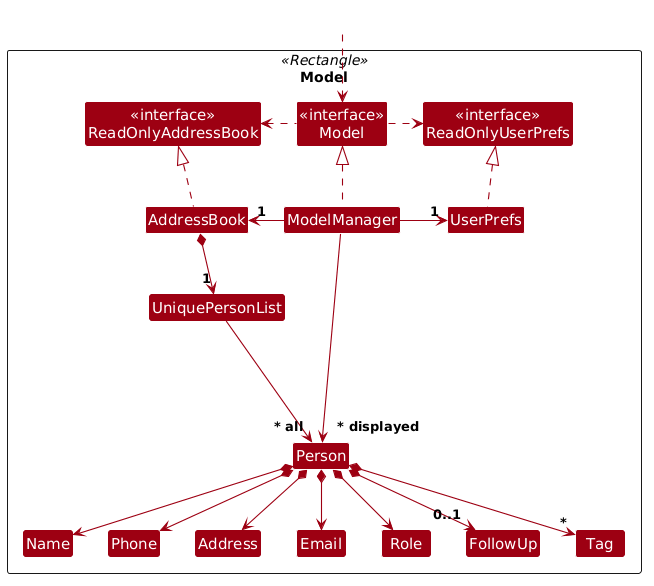
Earlier version of the PlantUML export docs/images/ModelClassDiagram.png (AY2627S1-CS2103T-F11-1/tp).
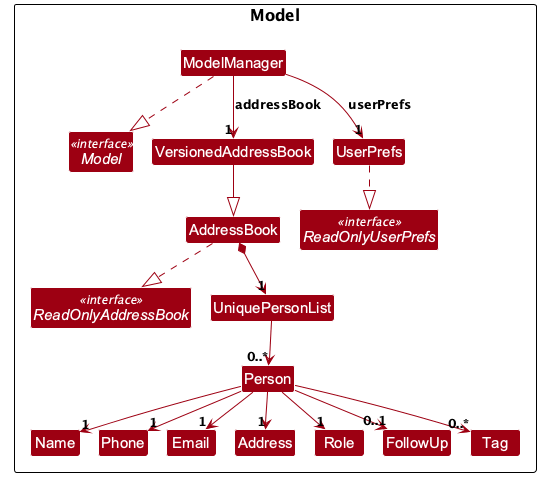
The same diagram one commit later.

The edit, as a diff of the source:
```diff
@@ -1,141 +1,42 @@
 @startuml
-
-
-
-!define UI_COLOR #1D8900
-!define UI_COLOR_T1 #83E769
-!define UI_COLOR_T2 #3FC71B
-!define UI_COLOR_T3 #166800
-!define UI_COLOR_T4 #0E4100
-
-!define LOGIC_COLOR #3333C4
-!define LOGIC_COLOR_T1 #C8C8FA
-!define LOGIC_COLOR_T2 #6A6ADC
-!define LOGIC_COLOR_T3 #1616B0
-!define LOGIC_COLOR_T4 #101086
-
-!define MODEL_COLOR #9D0012
-!define MODEL_COLOR_T1 #F97181
-!define MODEL_COLOR_T2 #E41F36
-!define MODEL_COLOR_T3 #7B000E
-!define MODEL_COLOR_T4 #51000A
-
-!define STORAGE_COLOR #A38300
-!define STORAGE_COLOR_T1 #FFE374
-!define STORAGE_COLOR_T2 #EDC520
-!define STORAGE_COLOR_T3 #806600
-!define STORAGE_COLOR_T4 #544400
-
-!define USER_COLOR #000000
-
-skinparam Package {
-    BackgroundColor #FFFFFF
-    BorderThickness 1
-    FontSize 16
-}
-
-skinparam Class {
-    FontColor #FFFFFF
-    FontSize 15
-    BorderThickness 1
-    BorderColor #FFFFFF
-    StereotypeFontColor #FFFFFF
-    FontName Arial
-}
-
-skinparam Actor {
-    BorderColor USER_COLOR
-    Color USER_COLOR
-    FontName Arial
-}
-
-skinparam Sequence {
-    MessageAlign center
-    BoxFontSize 15
-    BoxPadding 0
-    BoxFontColor #FFFFFF
-    FontName Arial
-}
-
-skinparam Participant {
-    FontColor #FFFFFF
-    Padding 20
-}
-
-skinparam ArrowFontStyle bold
-skinparam MinClassWidth 50
-skinparam Shadowing false
-skinparam DefaultTextAlignment center
-skinparam packageStyle Rectangle
-
-<style>
-sequenceDiagram {
-    participant {
-        Margin 0 10
-    }
-}
-</style>
-
-hide footbox
-hide members
-hide circle
-
-skinparam arrowThickness 1.1
+!include style.puml
+!pragma layout smetana
 skinparam arrowColor MODEL_COLOR
 skinparam classBackgroundColor MODEL_COLOR
 
-Package Model as ModelPackage <<Rectangle>>{
-Class "<<interface>>\nReadOnlyAddressBook" as ReadOnlyAddressBook
-Class "<<interface>>\nReadOnlyUserPrefs" as ReadOnlyUserPrefs
-Class "<<interface>>\nModel" as Model
-Class AddressBook
-Class ModelManager
-Class UserPrefs
-
-Class UniquePersonList
-Class Person
-Class Address
-Class Email
-Class Name
-Class Phone
-Class Role
-Class FollowUp
-Class Tag
-
-Class I #FFFFFF
+package Model as ModelPackage {
+interface Model <<interface>>
+interface ReadOnlyAddressBook <<interface>>
+interface ReadOnlyUserPrefs <<interface>>
+class ModelManager
+class VersionedAddressBook
+class AddressBook
+class UserPrefs
+class UniquePersonList
+class Person
+class Name
+class Phone
+class Email
+class Address
+class Role
+class FollowUp
+class Tag
 }
 
-Class HiddenOutside #FFFFFF
-HiddenOutside ..> Model
+ModelManager ..|> Model
+ModelManager --> "1" VersionedAddressBook : addressBook
+ModelManager --> "1" UserPrefs : userPrefs
+UserPrefs ..|> ReadOnlyUserPrefs
+VersionedAddressBook --|> AddressBook
+AddressBook ..|> ReadOnlyAddressBook
+AddressBook *--> "1" UniquePersonList
+UniquePersonList --> "0..*" Person
+Person --> "1" Name
+Person --> "1" Phone
+Person --> "1" Email
+Person --> "1" Address
+Person --> "1" Role
+Person --> "0..1" FollowUp
+Person --> "0..*" Tag
 
-AddressBook .up.|> ReadOnlyAddressBook
-
-ModelManager .up.|> Model
-Model .right.> ReadOnlyUserPrefs
-Model .left.> ReadOnlyAddressBook
-ModelManager -left-> "1" AddressBook
-ModelManager -right-> "1" UserPrefs
-UserPrefs .up.|> ReadOnlyUserPrefs
-
-AddressBook *--> "1" UniquePersonList
-UniquePersonList --> "~* all" Person
-Person *--> Name
-Person *--> Phone
-Person *--> Email
-Person *--> Address
-Person *--> Role
-Person *--> "0..1" FollowUp
-Person *--> "*" Tag
-
-Person -[hidden]up--> I
-UniquePersonList -[hidden]right-> I
-
-Name -[hidden]right-> Phone
-Phone -[hidden]right-> Address
-Address -[hidden]right-> Email
-Email -[hidden]right-> Role
-Role -[hidden]right-> FollowUp
-FollowUp -[hidden]right-> Tag
-
-ModelManager --> "~* displayed" Person
 @enduml
```
